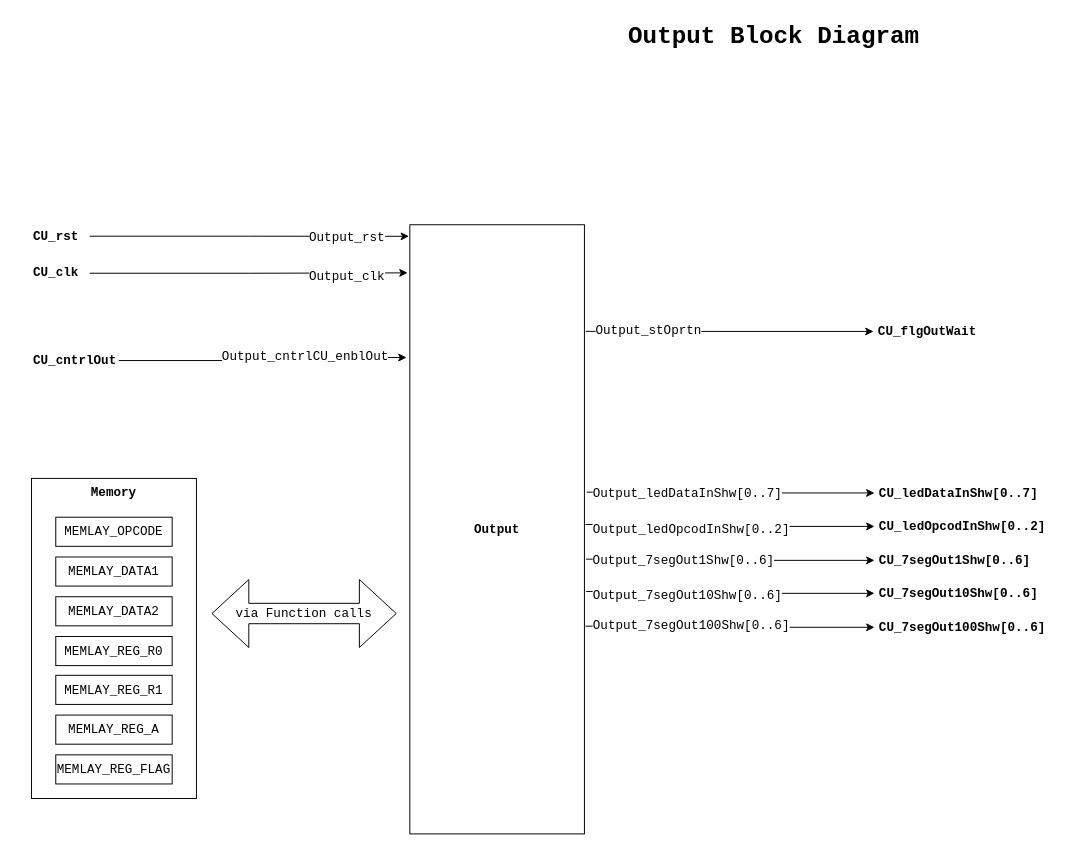
Before: page "Output_BD" (6 of 9) of 04_ControlUnit_v1/CPU_Design.drawio in Vichu95/Basic_CPU_FPGA, a draw.io diagram. Source tidied: cells renumbered, new cells numbered last; positions are measured from the earlier drawing's top-left corner, leaving out a move shared by most shapes. Both pictures are drawn from the tidied source at 97%, with x=0, y=0 at pixel (31, 16).
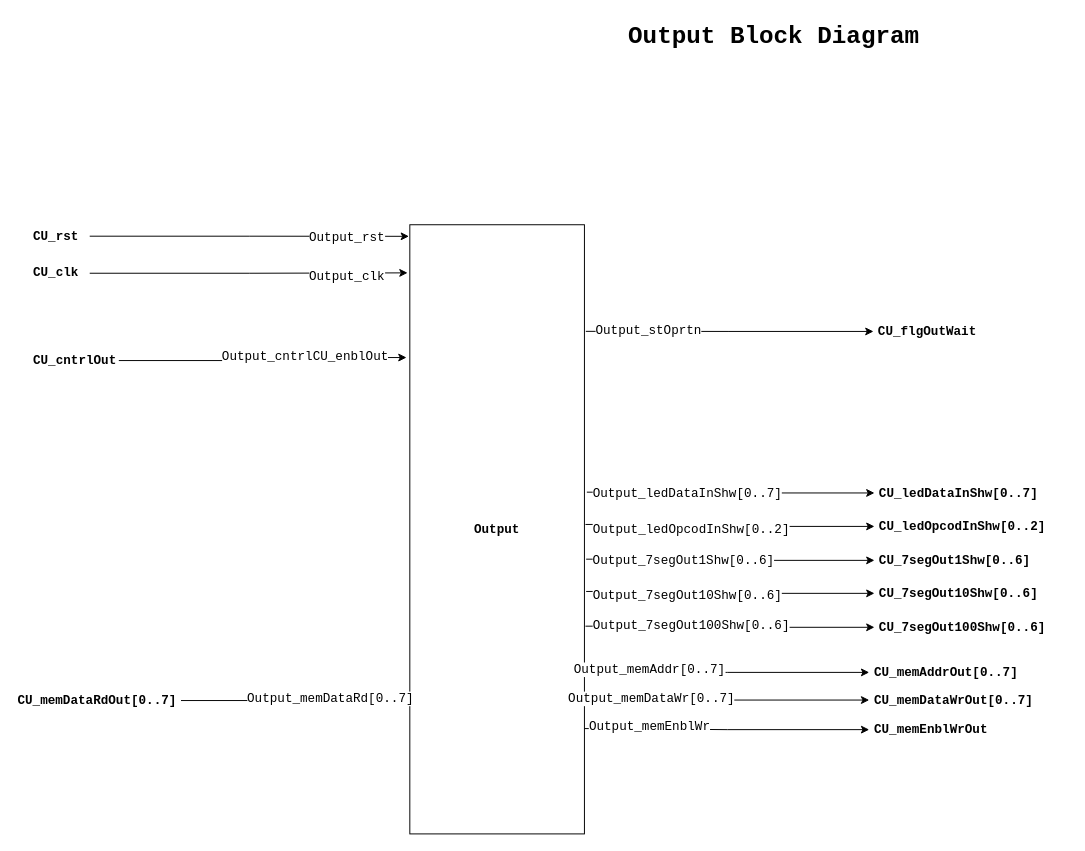
After the change.

Commit message (it also covers changes not shown here):
Added memory signals to the block diagram. 8bit address and data

Change to the diagram source:
```diff
@@
-    <mxCell id="31" style="group;" parent="1" vertex="1">
-      <mxGeometry y="475.7" width="170" height="330" as="geometry" />
-    </mxCell>
-    <mxCell id="32" value="Memory" style="rounded=0;whiteSpace=wrap;html=1;labelBackgroundColor=none;fontFamily=Courier New;fontSize=13;fontColor=#000000;fontStyle=1;verticalAlign=top;" parent="31" vertex="1">
-      <mxGeometry width="170" height="330" as="geometry" />
-    </mxCell>
-    <mxCell id="33" value="MEMLAY_OPCODE" style="rounded=0;whiteSpace=wrap;html=1;labelBackgroundColor=none;fontFamily=Courier New;fontSize=13;fontColor=#000000;" parent="31" vertex="1">
-      <mxGeometry x="25" y="40" width="120" height="30" as="geometry" />
-    </mxCell>
-    <mxCell id="34" value="MEMLAY_DATA1" style="rounded=0;whiteSpace=wrap;html=1;labelBackgroundColor=none;fontFamily=Courier New;fontSize=13;fontColor=#000000;" parent="31" vertex="1">
-      <mxGeometry x="25" y="81" width="120" height="30" as="geometry" />
-    </mxCell>
-    <mxCell id="35" value="MEMLAY_DATA2" style="rounded=0;whiteSpace=wrap;html=1;labelBackgroundColor=none;fontFamily=Courier New;fontSize=13;fontColor=#000000;" parent="31" vertex="1">
-      <mxGeometry x="25" y="122" width="120" height="30" as="geometry" />
-    </mxCell>
-    <mxCell id="36" value="MEMLAY_REG_R0" style="rounded=0;whiteSpace=wrap;html=1;labelBackgroundColor=none;fontFamily=Courier New;fontSize=13;fontColor=#000000;" parent="31" vertex="1">
-      <mxGeometry x="25" y="163" width="120" height="30" as="geometry" />
-    </mxCell>
-    <mxCell id="37" value="MEMLAY_REG_R1" style="rounded=0;whiteSpace=wrap;html=1;labelBackgroundColor=none;fontFamily=Courier New;fontSize=13;fontColor=#000000;" parent="31" vertex="1">
-      <mxGeometry x="25" y="203" width="120" height="30" as="geometry" />
-    </mxCell>
-    <mxCell id="38" value="MEMLAY_REG_A" style="rounded=0;whiteSpace=wrap;html=1;labelBackgroundColor=none;fontFamily=Courier New;fontSize=13;fontColor=#000000;" parent="31" vertex="1">
-      <mxGeometry x="25" y="244" width="120" height="30" as="geometry" />
-    </mxCell>
-    <mxCell id="39" value="MEMLAY_REG_FLAG" style="rounded=0;whiteSpace=wrap;html=1;labelBackgroundColor=none;fontFamily=Courier New;fontSize=13;fontColor=#000000;" parent="31" vertex="1">
-      <mxGeometry x="25" y="285" width="120" height="30" as="geometry" />
-    </mxCell>
-    <mxCell id="40" value="via Function calls" style="shape=doubleArrow;whiteSpace=wrap;html=1;labelBackgroundColor=none;fontFamily=Courier New;fontSize=13;fontColor=#000000;rotation=0;" parent="1" vertex="1">
-      <mxGeometry x="186" y="580" width="190" height="70" as="geometry" />
-    </mxCell>
+    <mxCell id="41" style="edgeStyle=orthogonalEdgeStyle;rounded=0;jettySize=auto;html=1;entryX=1.008;entryY=0.175;entryDx=0;entryDy=0;entryPerimeter=0;fontFamily=Courier New;fontSize=13;fontColor=#000000;startArrow=classic;startFill=1;endArrow=none;endFill=0;" parent="1" edge="1" source="43">
+      <mxGeometry relative="1" as="geometry">
+        <mxPoint x="570" y="674.6" as="targetPoint" />
+      </mxGeometry>
+    </mxCell>
+    <mxCell id="42" value="Output_memAddr[0..7]" style="edgeLabel;html=1;align=center;verticalAlign=middle;fontSize=13;fontFamily=Courier New;fontColor=#000000;" parent="41" vertex="1">
+      <mxGeometry x="0.63" y="-2" relative="1" as="geometry">
+        <mxPoint x="12" as="offset" />
+      </mxGeometry>
+    </mxCell>
+    <mxCell id="43" value="CU_memAddrOut[0..7]" style="text;html=1;align=left;verticalAlign=middle;points=[];strokeColor=none;fillColor=none;fontStyle=1;labelBackgroundColor=none;fontColor=#000000;fontSize=13;fontFamily=Courier New;spacingLeft=3;" parent="1" vertex="1">
+      <mxGeometry x="863.6" y="660.7" width="170" height="30" as="geometry" />
+    </mxCell>
+    <mxCell id="44" style="edgeStyle=orthogonalEdgeStyle;rounded=0;jettySize=auto;html=1;entryX=1.014;entryY=0.222;entryDx=0;entryDy=0;entryPerimeter=0;fontFamily=Courier New;fontSize=13;fontColor=#000000;startArrow=classic;startFill=1;endArrow=none;endFill=0;" parent="1" edge="1" source="46">
+      <mxGeometry relative="1" as="geometry">
+        <mxPoint x="571.1" y="704.2" as="targetPoint" />
+      </mxGeometry>
+    </mxCell>
+    <mxCell id="45" value="Output_memDataWr[0..7]" style="edgeLabel;html=1;align=center;verticalAlign=middle;fontSize=13;fontFamily=Courier New;fontColor=#000000;" parent="44" vertex="1">
+      <mxGeometry x="0.73" y="-2" relative="1" as="geometry">
+        <mxPoint x="28" as="offset" />
+      </mxGeometry>
+    </mxCell>
+    <mxCell id="46" value="CU_memDataWrOut[0..7]" style="text;html=1;align=left;verticalAlign=middle;points=[];strokeColor=none;fillColor=none;fontStyle=1;labelBackgroundColor=none;fontColor=#000000;fontSize=13;fontFamily=Courier New;spacingLeft=3;" parent="1" vertex="1">
+      <mxGeometry x="863.6" y="689.7" width="190" height="30" as="geometry" />
+    </mxCell>
+    <mxCell id="47" style="edgeStyle=orthogonalEdgeStyle;rounded=0;jettySize=auto;html=1;entryX=1.008;entryY=0.175;entryDx=0;entryDy=0;entryPerimeter=0;fontFamily=Courier New;fontSize=13;fontColor=#000000;startArrow=classic;startFill=1;endArrow=none;endFill=0;" parent="1" edge="1" source="49">
+      <mxGeometry relative="1" as="geometry">
+        <mxPoint x="570" y="733.6" as="targetPoint" />
+      </mxGeometry>
+    </mxCell>
+    <mxCell id="48" value="Output_memEnblWr" style="edgeLabel;html=1;align=center;verticalAlign=middle;fontSize=13;fontFamily=Courier New;fontColor=#000000;" parent="47" vertex="1">
+      <mxGeometry x="0.63" y="-2" relative="1" as="geometry">
+        <mxPoint x="12" as="offset" />
+      </mxGeometry>
+    </mxCell>
+    <mxCell id="49" value="CU_memEnblWrOut" style="text;html=1;align=left;verticalAlign=middle;points=[];strokeColor=none;fillColor=none;fontStyle=1;labelBackgroundColor=none;fontColor=#000000;fontSize=13;fontFamily=Courier New;spacingLeft=3;" parent="1" vertex="1">
+      <mxGeometry x="863.6" y="719.7" width="140" height="30" as="geometry" />
+    </mxCell>
+    <mxCell id="50" style="edgeStyle=orthogonalEdgeStyle;rounded=0;jettySize=auto;html=1;entryX=-0.017;entryY=0.458;entryDx=0;entryDy=0;entryPerimeter=0;fontFamily=Courier New;fontSize=13;fontColor=#000000;startArrow=none;startFill=0;endArrow=classic;endFill=1;" parent="1" edge="1" source="52">
+      <mxGeometry relative="1" as="geometry">
+        <mxPoint x="390" y="704.4" as="targetPoint" />
+      </mxGeometry>
+    </mxCell>
+    <mxCell id="51" value="Output_memDataRd[0..7]" style="edgeLabel;html=1;align=center;verticalAlign=middle;fontSize=13;fontFamily=Courier New;fontColor=#000000;" parent="50" vertex="1">
+      <mxGeometry x="0.46" y="2" relative="1" as="geometry">
+        <mxPoint x="-18" as="offset" />
+      </mxGeometry>
+    </mxCell>
+    <mxCell id="52" value="CU_memDataRdOut[0..7]" style="text;html=1;align=left;verticalAlign=middle;points=[];strokeColor=none;fillColor=none;fontStyle=1;labelBackgroundColor=none;fontColor=#000000;fontSize=13;fontFamily=Courier New;spacing=2;spacingRight=-13;" parent="1" vertex="1">
+      <mxGeometry x="-15.9" y="689.7" width="170" height="30" as="geometry" />
+    </mxCell>
```
